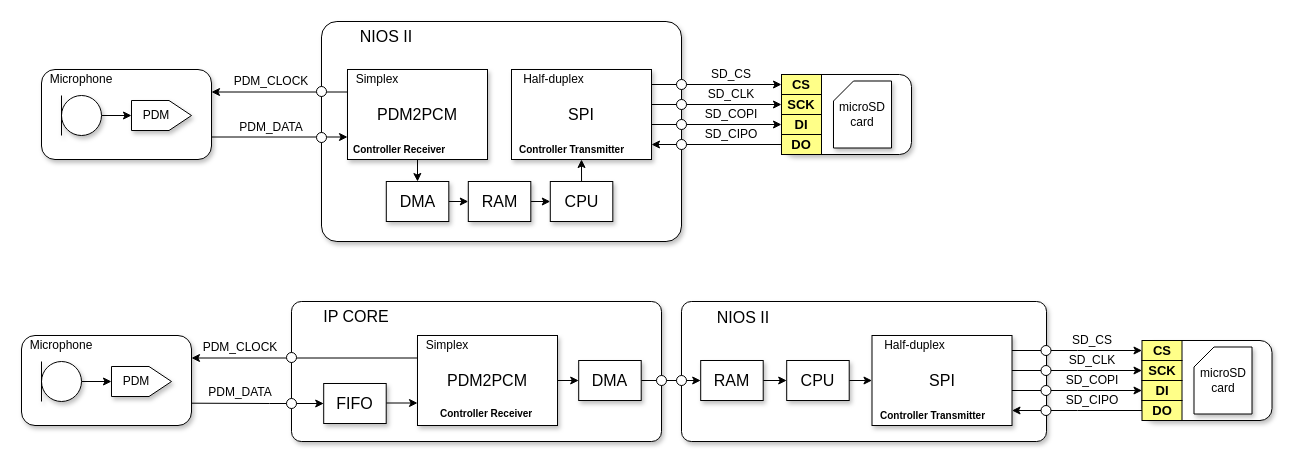
Above: page "Sys" (1 of 7) of docs/system.drawio in Lwao/HDL4PDM2PCM (draw.io), before the change. Source tidied: cells renumbered, new cells numbered last; positions are measured from the earlier drawing's top-left corner, leaving out a move shared by most shapes. Both pictures are drawn from the tidied source at 100%, with x=0, y=0 at pixel (21, 21).
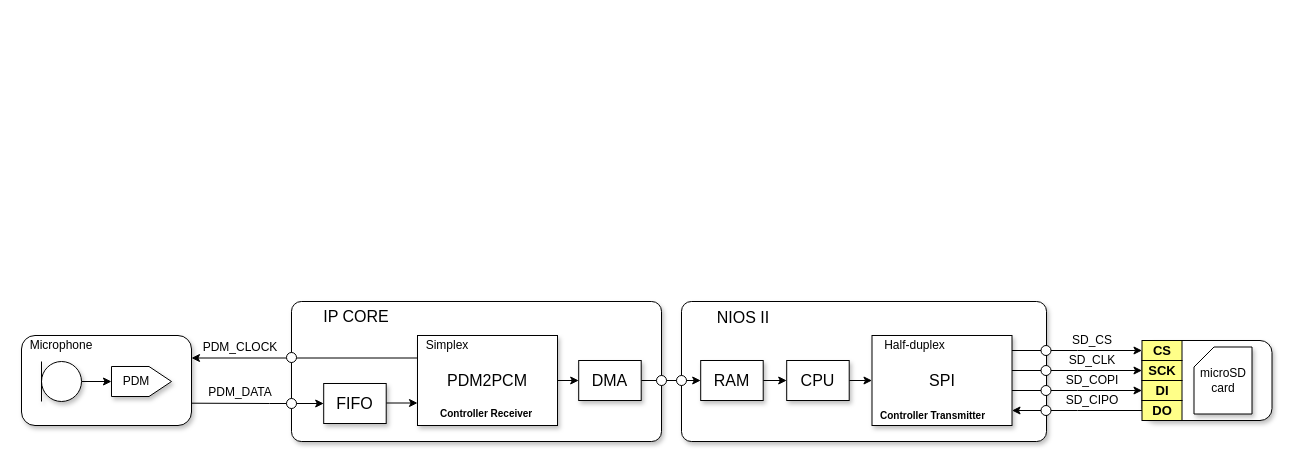
The same diagram, later.

What changed in the source:
```diff
@@
-    <mxCell id="3" style="rounded=1;whiteSpace=wrap;html=1;shadow=1;labelPosition=center;verticalLabelPosition=top;align=left;verticalAlign=bottom;" parent="1" vertex="1">
-      <mxGeometry x="760" y="53" width="130" height="80" as="geometry" />
-    </mxCell>
-    <mxCell id="4" style="rounded=1;whiteSpace=wrap;html=1;shadow=1;labelPosition=center;verticalLabelPosition=top;align=left;verticalAlign=bottom;" parent="1" vertex="1">
-      <mxGeometry x="20" y="48" width="170" height="90" as="geometry" />
-    </mxCell>
-    <mxCell id="5" style="rounded=1;arcSize=7;shadow=1;labelPosition=center;verticalLabelPosition=middle;align=center;verticalAlign=middle;html=1;whiteSpace=wrap;" parent="1" vertex="1">
-      <mxGeometry x="300" width="360" height="220" as="geometry" />
-    </mxCell>
-    <mxCell id="6" style="edgeStyle=orthogonalEdgeStyle;rounded=0;jettySize=auto;html=1;" parent="1" edge="1" source="7" target="8">
-      <mxGeometry relative="1" as="geometry" />
-    </mxCell>
-    <mxCell id="7" style="verticalLabelPosition=bottom;shadow=1;dashed=0;align=center;html=1;verticalAlign=top;shape=mxgraph.electrical.radio.microphone_1;" parent="1" vertex="1">
-      <mxGeometry x="40" y="74" width="40" height="40" as="geometry" />
-    </mxCell>
-    <mxCell id="8" value="PDM&amp;nbsp; &amp;nbsp;" style="shape=offPageConnector;whiteSpace=wrap;html=1;direction=south;shadow=1;rotation=0;horizontal=1;verticalAlign=middle;flipH=1;" parent="1" vertex="1">
-      <mxGeometry x="110" y="79" width="60" height="30" as="geometry" />
-    </mxCell>
-    <mxCell id="9" style="edgeStyle=orthogonalEdgeStyle;rounded=0;jettySize=auto;html=1;exitX=0;exitY=0.25;exitDx=0;exitDy=0;entryX=1;entryY=0.25;entryDx=0;entryDy=0;endArrow=classic;endFill=1;" parent="1" edge="1" source="13" target="4">
-      <mxGeometry relative="1" as="geometry" />
-    </mxCell>
-    <mxCell id="10" value="Microphone" style="text;html=1;strokeColor=none;fillColor=none;align=center;verticalAlign=middle;whiteSpace=wrap;rounded=0;shadow=1;" parent="1" vertex="1">
-      <mxGeometry x="30" y="48" width="60" height="20" as="geometry" />
-    </mxCell>
-    <mxCell id="11" value="&lt;font style=&quot;font-size: 16px&quot;&gt;NIOS II&lt;/font&gt;" style="text;html=1;strokeColor=none;fillColor=none;align=center;verticalAlign=middle;whiteSpace=wrap;rounded=0;shadow=1;" parent="1" vertex="1">
-      <mxGeometry x="320" y="5" width="90" height="20" as="geometry" />
-    </mxCell>
-    <mxCell id="12" style="edgeStyle=orthogonalEdgeStyle;rounded=0;jettySize=auto;html=1;entryX=0.5;entryY=0;entryDx=0;entryDy=0;" parent="1" edge="1" source="13" target="41">
-      <mxGeometry relative="1" as="geometry" />
-    </mxCell>
-    <mxCell id="13" value="&lt;span style=&quot;font-size: 16px&quot;&gt;PDM2PCM&lt;/span&gt;" style="rounded=1;whiteSpace=wrap;html=1;shadow=1;labelPosition=center;verticalLabelPosition=middle;align=center;verticalAlign=middle;arcSize=0;" parent="1" vertex="1">
-      <mxGeometry x="326" y="48" width="140" height="90" as="geometry" />
-    </mxCell>
-    <mxCell id="14" value="Simplex" style="text;html=1;strokeColor=none;fillColor=none;align=center;verticalAlign=middle;whiteSpace=wrap;rounded=0;shadow=1;" parent="1" vertex="1">
-      <mxGeometry x="326" y="48" width="60" height="20" as="geometry" />
-    </mxCell>
-    <mxCell id="15" style="edgeStyle=orthogonalEdgeStyle;rounded=0;jettySize=auto;html=1;exitX=1;exitY=0.75;exitDx=0;exitDy=0;entryX=0;entryY=0.75;entryDx=0;entryDy=0;endArrow=classic;endFill=1;" parent="1" edge="1" source="4" target="13">
-      <mxGeometry relative="1" as="geometry" />
-    </mxCell>
-    <mxCell id="16" value="PDM_CLOCK" style="text;html=1;strokeColor=none;fillColor=none;align=center;verticalAlign=middle;whiteSpace=wrap;rounded=0;shadow=1;" parent="1" vertex="1">
-      <mxGeometry x="210" y="50" width="80" height="20" as="geometry" />
-    </mxCell>
-    <mxCell id="17" value="PDM_DATA" style="text;html=1;strokeColor=none;fillColor=none;align=center;verticalAlign=middle;whiteSpace=wrap;rounded=0;shadow=1;" parent="1" vertex="1">
-      <mxGeometry x="210" y="96" width="80" height="20" as="geometry" />
-    </mxCell>
-    <mxCell id="18" style="ellipse;whiteSpace=wrap;html=1;shadow=0;" parent="1" vertex="1">
-      <mxGeometry x="295" y="65" width="10" height="10" as="geometry" />
-    </mxCell>
-    <mxCell id="19" style="ellipse;whiteSpace=wrap;html=1;shadow=0;" parent="1" vertex="1">
-      <mxGeometry x="295" y="111" width="10" height="10" as="geometry" />
-    </mxCell>
-    <mxCell id="20" value="&lt;span style=&quot;font-size: 16px&quot;&gt;SPI&lt;/span&gt;" style="rounded=1;whiteSpace=wrap;html=1;shadow=1;labelPosition=center;verticalLabelPosition=middle;align=center;verticalAlign=middle;arcSize=0;" parent="1" vertex="1">
-      <mxGeometry x="490" y="48" width="140" height="90" as="geometry" />
-    </mxCell>
-    <mxCell id="21" value="Half-duplex" style="text;html=1;strokeColor=none;fillColor=none;align=center;verticalAlign=middle;whiteSpace=wrap;rounded=0;shadow=1;" parent="1" vertex="1">
-      <mxGeometry x="490" y="48" width="85" height="20" as="geometry" />
-    </mxCell>
-    <mxCell id="22" value="&lt;span style=&quot;font-size: 10px&quot;&gt;&lt;b&gt;Controller Transmitter&lt;/b&gt;&lt;/span&gt;" style="text;html=1;strokeColor=none;fillColor=none;align=left;verticalAlign=middle;whiteSpace=wrap;rounded=0;shadow=1;" parent="1" vertex="1">
-      <mxGeometry x="496" y="118" width="140" height="20" as="geometry" />
-    </mxCell>
-    <mxCell id="23" value="microSD card" style="shape=card;whiteSpace=wrap;html=1;size=20;shadow=1;" parent="1" vertex="1">
-      <mxGeometry x="812" y="59.5" width="58" height="67" as="geometry" />
-    </mxCell>
-    <mxCell id="24" style="edgeStyle=orthogonalEdgeStyle;rounded=0;jettySize=auto;html=1;endArrow=none;endFill=0;startArrow=classic;startFill=1;" parent="1" edge="1" source="25">
-      <mxGeometry relative="1" as="geometry">
-        <mxPoint x="630" y="63" as="targetPoint" />
-      </mxGeometry>
-    </mxCell>
-    <mxCell id="25" value="&lt;b&gt;&lt;font style=&quot;font-size: 13px&quot;&gt;CS&lt;/font&gt;&lt;/b&gt;" style="rounded=0;whiteSpace=wrap;html=1;fillColor=#ffff88;direction=south;" parent="1" vertex="1">
-      <mxGeometry x="760" y="53" width="40" height="20" as="geometry" />
-    </mxCell>
-    <mxCell id="26" style="edgeStyle=orthogonalEdgeStyle;rounded=0;jettySize=auto;html=1;exitX=0.5;exitY=1;exitDx=0;exitDy=0;endArrow=none;endFill=0;startArrow=classic;startFill=1;" parent="1" edge="1" source="27">
-      <mxGeometry relative="1" as="geometry">
-        <mxPoint x="630" y="83" as="targetPoint" />
-      </mxGeometry>
-    </mxCell>
-    <mxCell id="27" value="&lt;b&gt;&lt;font style=&quot;font-size: 13px&quot;&gt;SCK&lt;/font&gt;&lt;/b&gt;" style="rounded=0;whiteSpace=wrap;html=1;fillColor=#ffff88;direction=south;" parent="1" vertex="1">
-      <mxGeometry x="760" y="73" width="40" height="20" as="geometry" />
-    </mxCell>
-    <mxCell id="28" style="edgeStyle=orthogonalEdgeStyle;rounded=0;jettySize=auto;html=1;endArrow=none;endFill=0;startArrow=classic;startFill=1;" parent="1" edge="1" source="29">
-      <mxGeometry relative="1" as="geometry">
-        <mxPoint x="630" y="103" as="targetPoint" />
-      </mxGeometry>
-    </mxCell>
-    <mxCell id="29" value="&lt;b&gt;&lt;font style=&quot;font-size: 13px&quot;&gt;DI&lt;/font&gt;&lt;/b&gt;" style="rounded=0;whiteSpace=wrap;html=1;fillColor=#ffff88;direction=south;" parent="1" vertex="1">
-      <mxGeometry x="760" y="93" width="40" height="20" as="geometry" />
-    </mxCell>
-    <mxCell id="30" style="edgeStyle=orthogonalEdgeStyle;rounded=0;jettySize=auto;html=1;exitX=0.5;exitY=1;exitDx=0;exitDy=0;endArrow=classic;endFill=1;" parent="1" edge="1" source="31">
-      <mxGeometry relative="1" as="geometry">
-        <mxPoint x="630" y="123" as="targetPoint" />
-      </mxGeometry>
-    </mxCell>
-    <mxCell id="31" value="&lt;b&gt;&lt;font style=&quot;font-size: 13px&quot;&gt;DO&lt;/font&gt;&lt;/b&gt;" style="rounded=0;whiteSpace=wrap;html=1;fillColor=#ffff88;direction=south;" parent="1" vertex="1">
-      <mxGeometry x="760" y="113" width="40" height="20" as="geometry" />
-    </mxCell>
-    <mxCell id="32" style="ellipse;whiteSpace=wrap;html=1;shadow=0;" parent="1" vertex="1">
-      <mxGeometry x="655" y="58" width="10" height="10" as="geometry" />
-    </mxCell>
-    <mxCell id="33" style="ellipse;whiteSpace=wrap;html=1;shadow=0;" parent="1" vertex="1">
-      <mxGeometry x="655" y="78" width="10" height="10" as="geometry" />
-    </mxCell>
-    <mxCell id="34" style="ellipse;whiteSpace=wrap;html=1;shadow=0;" parent="1" vertex="1">
-      <mxGeometry x="655" y="98" width="10" height="10" as="geometry" />
-    </mxCell>
-    <mxCell id="35" style="ellipse;whiteSpace=wrap;html=1;shadow=0;" parent="1" vertex="1">
-      <mxGeometry x="655" y="118" width="10" height="10" as="geometry" />
-    </mxCell>
-    <mxCell id="36" value="SD_CS" style="text;html=1;strokeColor=none;fillColor=none;align=center;verticalAlign=middle;whiteSpace=wrap;rounded=0;shadow=1;" parent="1" vertex="1">
-      <mxGeometry x="670" y="43" width="80" height="20" as="geometry" />
-    </mxCell>
-    <mxCell id="37" value="SD_CLK" style="text;html=1;strokeColor=none;fillColor=none;align=center;verticalAlign=middle;whiteSpace=wrap;rounded=0;shadow=1;" parent="1" vertex="1">
-      <mxGeometry x="670" y="63" width="80" height="20" as="geometry" />
-    </mxCell>
-    <mxCell id="38" value="SD_COPI" style="text;html=1;strokeColor=none;fillColor=none;align=center;verticalAlign=middle;whiteSpace=wrap;rounded=0;shadow=1;" parent="1" vertex="1">
-      <mxGeometry x="670" y="83" width="80" height="20" as="geometry" />
-    </mxCell>
-    <mxCell id="39" value="SD_CIPO" style="text;html=1;strokeColor=none;fillColor=none;align=center;verticalAlign=middle;whiteSpace=wrap;rounded=0;shadow=1;" parent="1" vertex="1">
-      <mxGeometry x="670" y="103" width="80" height="20" as="geometry" />
-    </mxCell>
-    <mxCell id="40" style="edgeStyle=orthogonalEdgeStyle;rounded=0;jettySize=auto;html=1;exitX=1;exitY=0.5;exitDx=0;exitDy=0;entryX=0;entryY=0.5;entryDx=0;entryDy=0;" parent="1" edge="1" source="41" target="46">
-      <mxGeometry relative="1" as="geometry" />
-    </mxCell>
-    <mxCell id="41" value="&lt;span style=&quot;font-size: 16px&quot;&gt;DMA&lt;/span&gt;" style="rounded=1;whiteSpace=wrap;html=1;shadow=1;labelPosition=center;verticalLabelPosition=middle;align=center;verticalAlign=middle;arcSize=0;" parent="1" vertex="1">
-      <mxGeometry x="364.8" y="160" width="62.5" height="40" as="geometry" />
-    </mxCell>
-    <mxCell id="42" style="edgeStyle=orthogonalEdgeStyle;rounded=0;jettySize=auto;html=1;exitX=0.5;exitY=0;exitDx=0;exitDy=0;entryX=0.5;entryY=1;entryDx=0;entryDy=0;" parent="1" edge="1" source="43" target="20">
-      <mxGeometry relative="1" as="geometry" />
-    </mxCell>
-    <mxCell id="43" value="&lt;span style=&quot;font-size: 16px&quot;&gt;CPU&lt;/span&gt;" style="rounded=1;whiteSpace=wrap;html=1;shadow=1;labelPosition=center;verticalLabelPosition=middle;align=center;verticalAlign=middle;arcSize=0;" parent="1" vertex="1">
-      <mxGeometry x="528.8" y="160" width="62.5" height="40" as="geometry" />
-    </mxCell>
-    <mxCell id="44" value="&lt;b&gt;&lt;font style=&quot;font-size: 10px&quot;&gt;Controller Receiver&lt;/font&gt;&lt;/b&gt;" style="text;html=1;strokeColor=none;fillColor=none;align=left;verticalAlign=middle;whiteSpace=wrap;rounded=0;shadow=1;" parent="1" vertex="1">
-      <mxGeometry x="330" y="118" width="140" height="20" as="geometry" />
-    </mxCell>
-    <mxCell id="45" style="edgeStyle=orthogonalEdgeStyle;rounded=0;jettySize=auto;html=1;exitX=1;exitY=0.5;exitDx=0;exitDy=0;entryX=0;entryY=0.5;entryDx=0;entryDy=0;" parent="1" edge="1" source="46" target="43">
-      <mxGeometry relative="1" as="geometry" />
-    </mxCell>
-    <mxCell id="46" value="&lt;span style=&quot;font-size: 16px&quot;&gt;RAM&lt;/span&gt;" style="rounded=1;whiteSpace=wrap;html=1;shadow=1;labelPosition=center;verticalLabelPosition=middle;align=center;verticalAlign=middle;arcSize=0;" parent="1" vertex="1">
-      <mxGeometry x="446.8" y="160" width="62.5" height="40" as="geometry" />
-    </mxCell>
```
